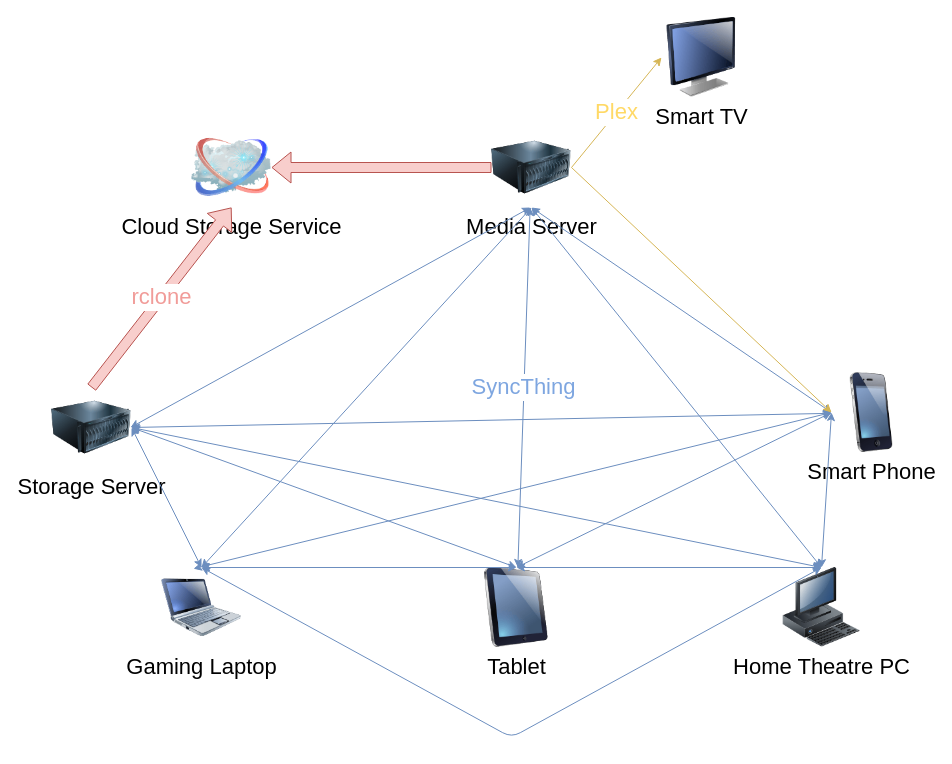
The draw.io diagram Logical Layout.drawio in syedrali/media-server, before the edit. Source tidied: cells renumbered, new cells numbered last; positions are measured from the earlier drawing's top-left corner, leaving out a move shared by most shapes. Both pictures are drawn from the tidied source at 100%, with x=0, y=0 at pixel (51, 17).
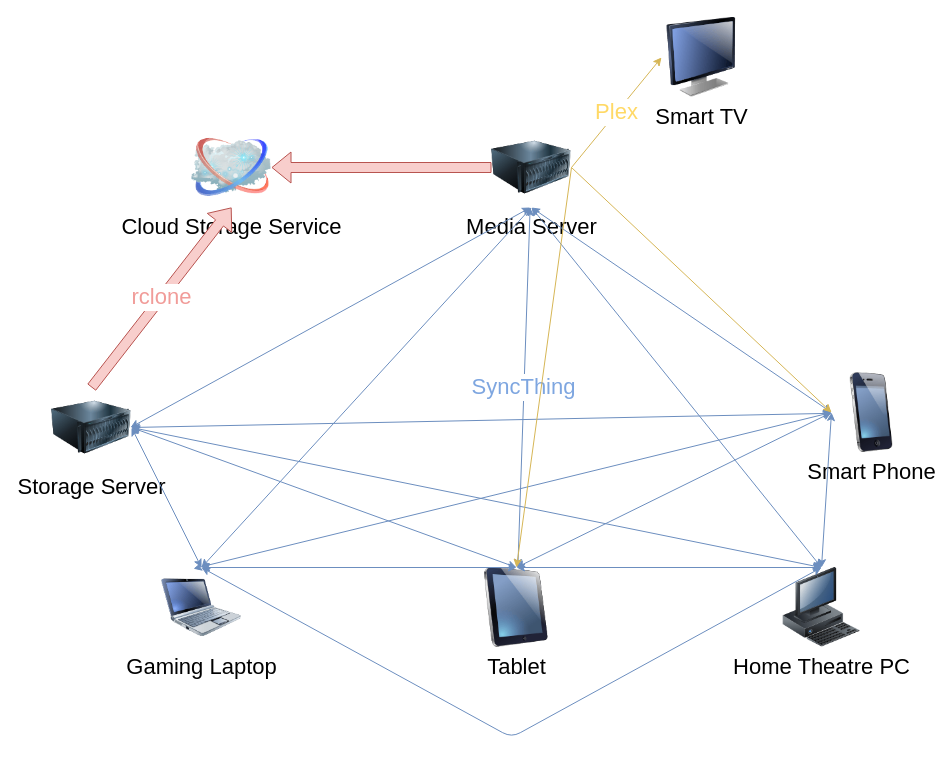
The same diagram, later.

Unchanged cells that the change refers to:
```xml
<mxCell id="3" value="Tablet" style="image;html=1;labelBackgroundColor=#ffffff;image=img/lib/clip_art/computers/iPad_128x128.png;rounded=1;shadow=0;comic=0;strokeColor=#000000;strokeWidth=2;fillColor=#FFFFFF;fontSize=22;fontColor=#000000;" parent="1" vertex="1">
  <mxGeometry x="425" y="550" width="80" height="80" as="geometry" />
</mxCell>
<mxCell id="8" value="Media Server" style="image;html=1;labelBackgroundColor=#ffffff;image=img/lib/clip_art/computers/Server_128x128.png;fontSize=22;" parent="1" vertex="1">
  <mxGeometry x="440" y="110" width="80" height="80" as="geometry" />
</mxCell>
```

Change to the diagram source:
```diff
@@
+    <mxCell id="30" value="&lt;font color=&quot;#ffd966&quot;&gt;&lt;br&gt;&lt;/font&gt;" style="endArrow=classic;html=1;exitX=1;exitY=0.5;exitDx=0;exitDy=0;entryX=0.5;entryY=0;entryDx=0;entryDy=0;fillColor=#fff2cc;strokeColor=#d6b656;fontSize=22;fontColor=#FFE599;" parent="1" edge="1" source="8" target="3">
+      <mxGeometry relative="1" as="geometry" />
+    </mxCell>
```
